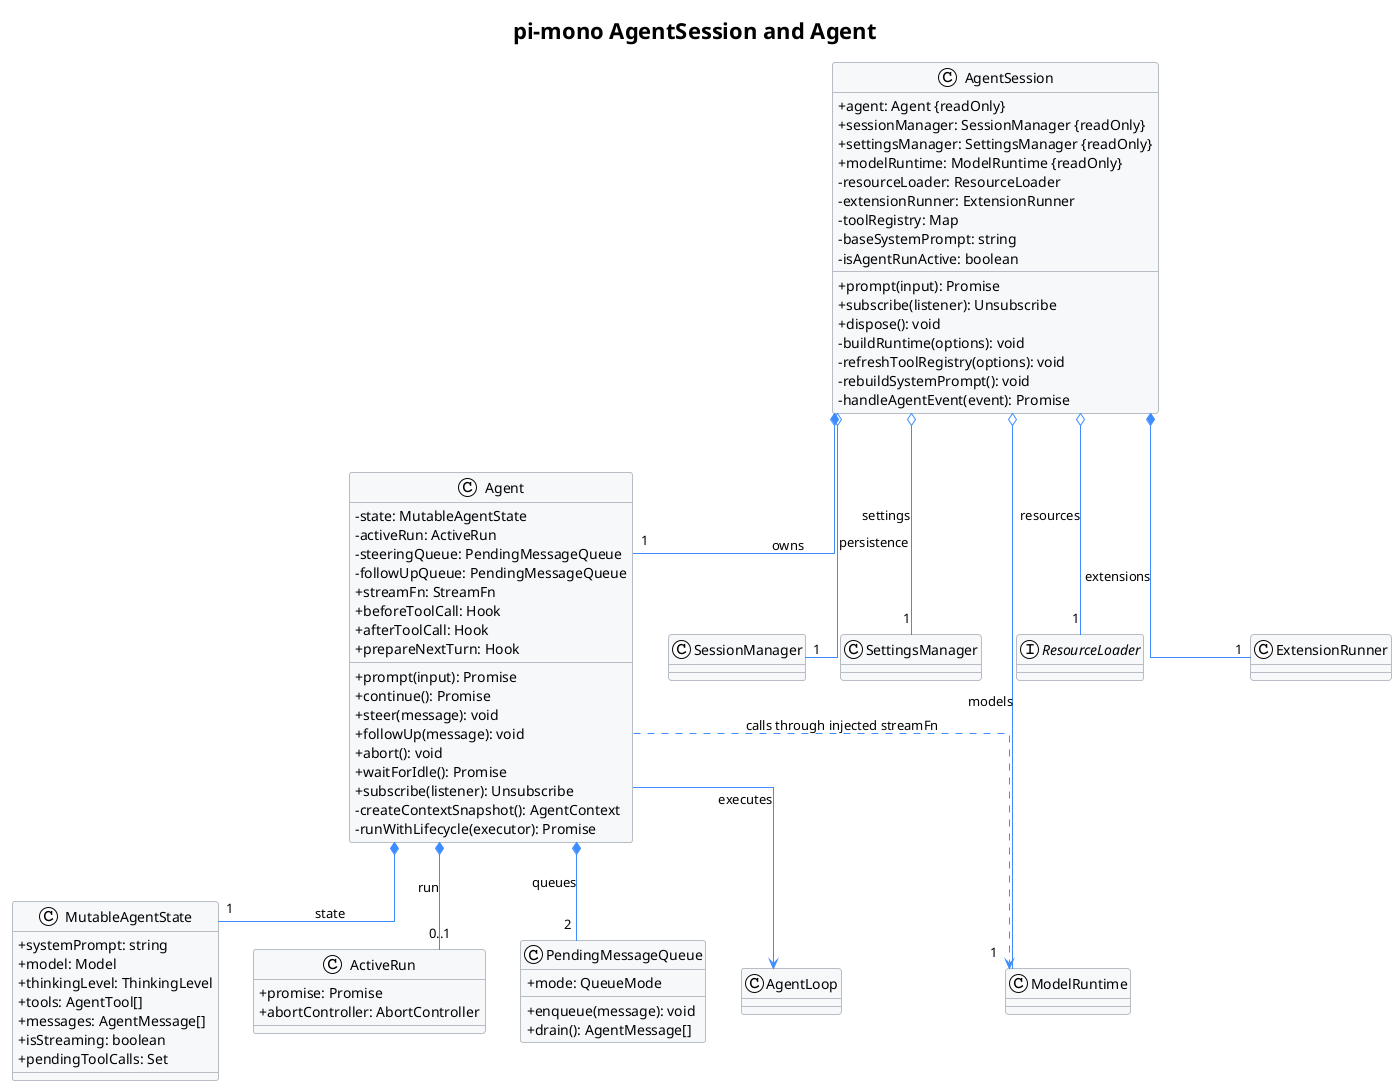
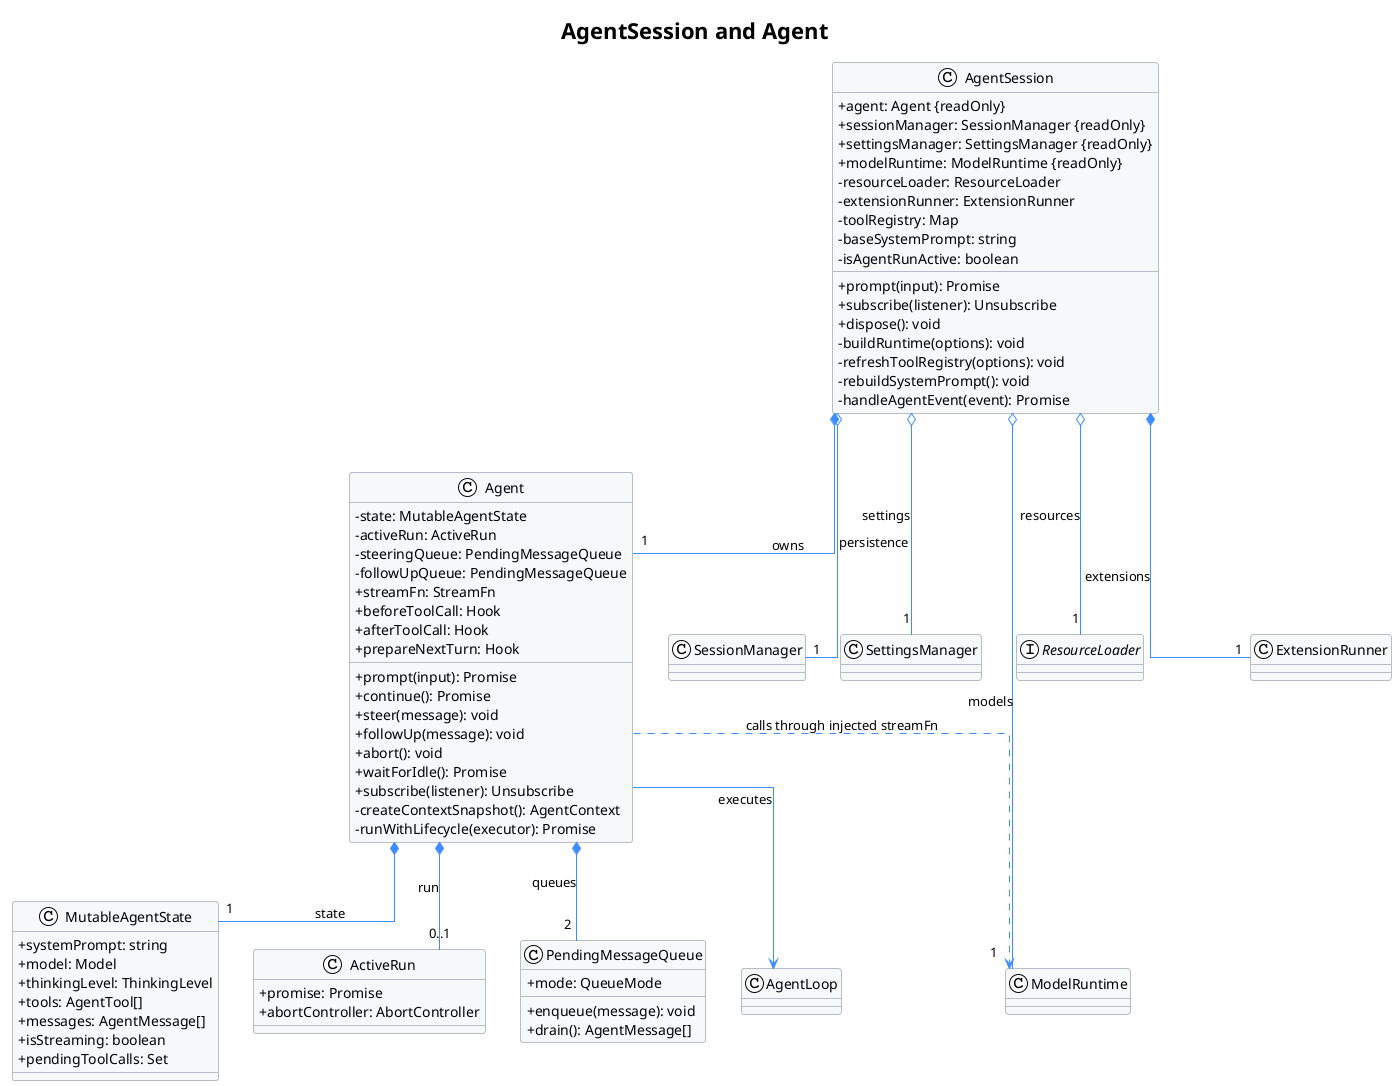
' Source baseline: pi-mono commit 216e672e7c9fc65682553394b74e483c0c9e47f7
' Source evidence: packages/coding-agent/src/core/sdk.ts createAgentSession
' Source evidence: packages/coding-agent/src/core/agent-session.ts AgentSession fields, constructor, _buildRuntime, _refreshToolRegistry, and _rebuildSystemPrompt
' Source evidence: packages/agent/src/agent.ts Agent fields, prompt, continue, createContextSnapshot, and runWithLifecycle
' Source evidence: packages/coding-agent/src/core/session-manager.ts SessionManager
' Observed behavior: each AgentSession holds one stateful Agent, subscribes to its events, installs hooks, and rebuilds session runtime resources around it.
' Design reason: distinguish the session orchestration object, the stateful loop executor, injected collaborators, and per-run state.
@startuml pi_mono_agent_session_agent_class
!theme plain
top to bottom direction
skinparam backgroundColor white
skinparam defaultFontName Helvetica
skinparam shadowing false
skinparam linetype ortho
skinparam classAttributeIconSize 0
skinparam ArrowColor #3D8DFF
skinparam classBorderColor #B8BCC4
skinparam classBackgroundColor #F7F8FA
skinparam interfaceBorderColor #B8BCC4
skinparam interfaceBackgroundColor #EAF5FB

- title pi-mono AgentSession and Agent
+ title AgentSession and Agent

class AgentSession {
  +agent: Agent {readOnly}
  +sessionManager: SessionManager {readOnly}
  +settingsManager: SettingsManager {readOnly}
  +modelRuntime: ModelRuntime {readOnly}
  -resourceLoader: ResourceLoader
  -extensionRunner: ExtensionRunner
  -toolRegistry: Map
  -baseSystemPrompt: string
  -isAgentRunActive: boolean
  +prompt(input): Promise
  +subscribe(listener): Unsubscribe
  +dispose(): void
  -buildRuntime(options): void
  -refreshToolRegistry(options): void
  -rebuildSystemPrompt(): void
  -handleAgentEvent(event): Promise
}

class Agent {
  -state: MutableAgentState
  -activeRun: ActiveRun
  -steeringQueue: PendingMessageQueue
  -followUpQueue: PendingMessageQueue
  +streamFn: StreamFn
  +beforeToolCall: Hook
  +afterToolCall: Hook
  +prepareNextTurn: Hook
  +prompt(input): Promise
  +continue(): Promise
  +steer(message): void
  +followUp(message): void
  +abort(): void
  +waitForIdle(): Promise
  +subscribe(listener): Unsubscribe
  -createContextSnapshot(): AgentContext
  -runWithLifecycle(executor): Promise
}

class MutableAgentState {
  +systemPrompt: string
  +model: Model
  +thinkingLevel: ThinkingLevel
  +tools: AgentTool[]
  +messages: AgentMessage[]
  +isStreaming: boolean
  +pendingToolCalls: Set
}

class ActiveRun {
  +promise: Promise
  +abortController: AbortController
}

class PendingMessageQueue {
  +mode: QueueMode
  +enqueue(message): void
  +drain(): AgentMessage[]
}

class SessionManager
class SettingsManager
interface ResourceLoader
class ModelRuntime
class ExtensionRunner
class AgentLoop

AgentSession *-- "1" Agent : owns
AgentSession o-- "1" SessionManager : persistence
AgentSession o-- "1" SettingsManager : settings
AgentSession o-- "1" ResourceLoader : resources
AgentSession o-- "1" ModelRuntime : models
AgentSession *-- "1" ExtensionRunner : extensions

Agent *-- "1" MutableAgentState : state
Agent *-- "0..1" ActiveRun : run
Agent *-- "2" PendingMessageQueue : queues
Agent --> AgentLoop : executes
Agent ..> ModelRuntime : calls through injected streamFn
@enduml
